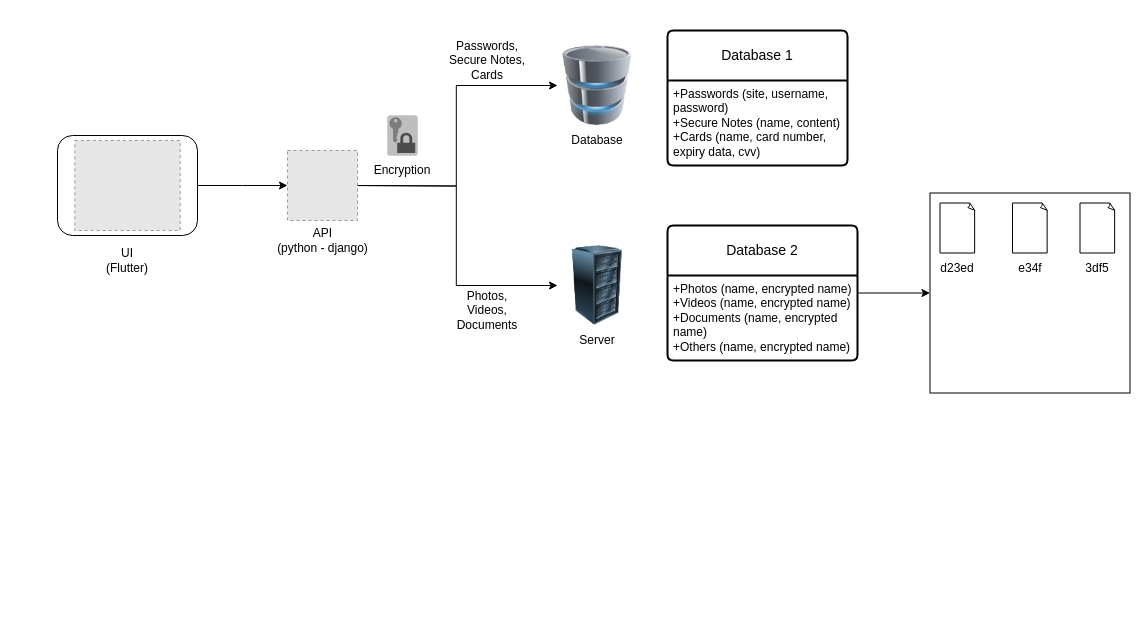
The draw.io diagram page "base structure" (1 of 3) of keysafe-vault.drawio in desujoy/keysafe-vault, before the edit. Source tidied: cells renumbered, new cells numbered last; positions are measured from the earlier drawing's top-left corner, leaving out a move shared by most shapes. Both pictures are drawn from the tidied source at 100%, with x=0, y=0 at pixel (57, 30). Pictures stored in the file or linked from it are replaced by grey dashed boxes.
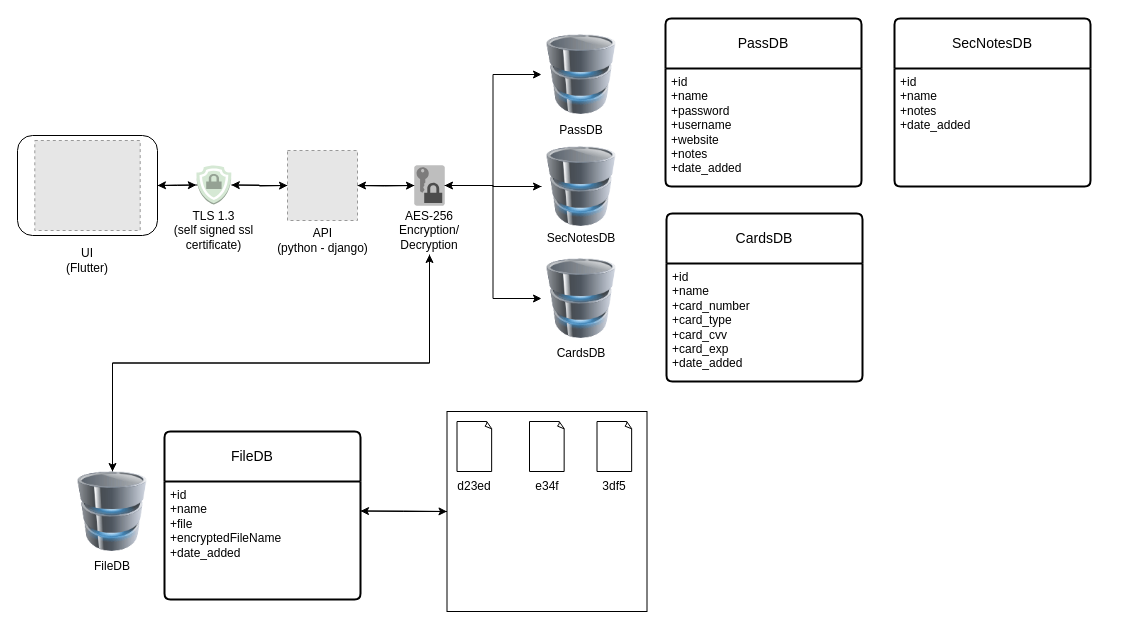
The same page after the edit.

The change refers to these unchanged cells:
```xml
<mxCell id="5" style="rounded=1;whiteSpace=wrap;html=1;" parent="4" vertex="1">
  <mxGeometry width="140" height="100" as="geometry" />
</mxCell>
<mxCell id="14" style="fillColor=#E6E6E6;strokeColor=#999999;dashed=1;verticalLabelPosition=bottom;labelBackgroundColor=default;verticalAlign=top;" parent="1" vertex="1">
  <mxGeometry x="230" y="120" width="70" height="70" as="geometry" />
</mxCell>
```

What changed in the source:
```diff
@@
-    <mxCell id="2" style="image;html=1;image=img/lib/clip_art/computers/Server_Rack_128x128.png;" parent="1" vertex="1">
-      <mxGeometry x="500" y="215" width="80" height="80" as="geometry" />
-    </mxCell>
-    <mxCell id="3" style="image;html=1;image=img/lib/clip_art/computers/Database_128x128.png;" parent="1" vertex="1">
-      <mxGeometry x="500" y="15" width="80" height="80" as="geometry" />
-    </mxCell>
     <mxCell id="4" style="group;" parent="1" vertex="1">
-      <mxGeometry y="105" width="140" height="100" as="geometry" />
+      <mxGeometry x="-40" y="105" width="140" height="100" as="geometry" />
     </mxCell>
@@
-    <mxCell id="7" style="edgeStyle=orthogonalEdgeStyle;rounded=0;jettySize=auto;html=1;entryX=0;entryY=0.5;entryDx=0;entryDy=0;" parent="1" edge="1" target="3">
-      <mxGeometry relative="1" as="geometry">
-        <mxPoint x="296.5" y="155" as="sourcePoint" />
-      </mxGeometry>
-    </mxCell>
-    <mxCell id="8" style="edgeStyle=orthogonalEdgeStyle;rounded=0;jettySize=auto;html=1;entryX=0;entryY=0.5;entryDx=0;entryDy=0;" parent="1" edge="1" target="2">
-      <mxGeometry relative="1" as="geometry">
-        <mxPoint x="296.5" y="155" as="sourcePoint" />
-      </mxGeometry>
-    </mxCell>
-    <mxCell id="9" style="edgeStyle=orthogonalEdgeStyle;rounded=0;jettySize=auto;html=1;" parent="1" edge="1" source="5">
+    <mxCell id="9" style="edgeStyle=orthogonalEdgeStyle;rounded=0;jettySize=auto;html=1;" parent="1" edge="1" source="42">
       <mxGeometry relative="1" as="geometry">
         <mxPoint x="230" y="155" as="targetPoint" />
       </mxGeometry>
     </mxCell>
-    <mxCell id="10" value="Passwords,&lt;br&gt;Secure Notes,&lt;br&gt;Cards" style="text;html=1;strokeColor=none;fillColor=none;align=center;verticalAlign=middle;whiteSpace=wrap;rounded=0;" parent="1" vertex="1">
-      <mxGeometry x="375" y="15" width="110" height="30" as="geometry" />
-    </mxCell>
-    <mxCell id="11" value="Photos,&lt;br&gt;Videos,&lt;br&gt;Documents" style="text;html=1;strokeColor=none;fillColor=none;align=center;verticalAlign=middle;whiteSpace=wrap;rounded=0;" parent="1" vertex="1">
-      <mxGeometry x="395" y="265" width="70" height="30" as="geometry" />
-    </mxCell>
-    <mxCell id="12" value="Database" style="text;html=1;strokeColor=none;fillColor=none;align=center;verticalAlign=middle;whiteSpace=wrap;rounded=0;" parent="1" vertex="1">
-      <mxGeometry x="510" y="95" width="60" height="30" as="geometry" />
-    </mxCell>
-    <mxCell id="13" value="Server" style="text;html=1;strokeColor=none;fillColor=none;align=center;verticalAlign=middle;whiteSpace=wrap;rounded=0;" parent="1" vertex="1">
-      <mxGeometry x="510" y="295" width="60" height="30" as="geometry" />
-    </mxCell>
+    <mxCell id="32" style="edgeStyle=orthogonalEdgeStyle;rounded=0;jettySize=auto;html=1;" parent="1" edge="1" target="15">
+      <mxGeometry relative="1" as="geometry">
+        <mxPoint x="296" y="155" as="sourcePoint" />
+      </mxGeometry>
+    </mxCell>
+    <mxCell id="33" style="edgeStyle=orthogonalEdgeStyle;rounded=0;jettySize=auto;html=1;exitX=0;exitY=0.5;exitDx=0;exitDy=0;" parent="1" edge="1" source="14" target="42">
+      <mxGeometry relative="1" as="geometry" />
+    </mxCell>
@@
+    <mxCell id="34" style="edgeStyle=orthogonalEdgeStyle;rounded=0;jettySize=auto;html=1;exitX=1;exitY=0.5;exitDx=0;exitDy=0;exitPerimeter=0;entryX=0;entryY=0.5;entryDx=0;entryDy=0;" parent="1" edge="1" source="15" target="43">
+      <mxGeometry relative="1" as="geometry" />
+    </mxCell>
+    <mxCell id="35" style="edgeStyle=orthogonalEdgeStyle;rounded=0;jettySize=auto;html=1;exitX=1;exitY=0.5;exitDx=0;exitDy=0;exitPerimeter=0;" parent="1" edge="1" source="15" target="45">
+      <mxGeometry relative="1" as="geometry" />
+    </mxCell>
+    <mxCell id="36" style="edgeStyle=orthogonalEdgeStyle;rounded=0;jettySize=auto;html=1;exitX=1;exitY=0.5;exitDx=0;exitDy=0;exitPerimeter=0;entryX=0;entryY=0.5;entryDx=0;entryDy=0;" parent="1" edge="1" source="15" target="46">
+      <mxGeometry relative="1" as="geometry" />
+    </mxCell>
+    <mxCell id="37" style="edgeStyle=orthogonalEdgeStyle;rounded=0;jettySize=auto;html=1;exitX=0;exitY=0.5;exitDx=0;exitDy=0;exitPerimeter=0;entryX=1;entryY=0.5;entryDx=0;entryDy=0;" parent="1" edge="1" source="15" target="14">
+      <mxGeometry relative="1" as="geometry" />
+    </mxCell>
     <mxCell id="15" style="outlineConnect=0;dashed=0;verticalLabelPosition=bottom;verticalAlign=top;align=center;html=1;shape=mxgraph.aws3.data_encryption_key;fillColor=#7D7C7C;gradientColor=none;" parent="1" vertex="1">
-      <mxGeometry x="330" y="85" width="30" height="40" as="geometry" />
+      <mxGeometry x="357" y="135" width="30" height="40" as="geometry" />
     </mxCell>
     <mxCell id="16" value="UI&lt;br&gt;(Flutter)" style="text;html=1;strokeColor=none;fillColor=none;align=center;verticalAlign=middle;whiteSpace=wrap;rounded=0;" parent="1" vertex="1">
-      <mxGeometry x="40" y="215" width="60" height="30" as="geometry" />
+      <mxGeometry y="215" width="60" height="30" as="geometry" />
     </mxCell>
@@
+    <mxCell id="38" style="edgeStyle=orthogonalEdgeStyle;rounded=0;jettySize=auto;html=1;exitX=0.5;exitY=1;exitDx=0;exitDy=0;entryX=0.5;entryY=0;entryDx=0;entryDy=0;" parent="1" edge="1" source="18" target="57">
+      <mxGeometry relative="1" as="geometry" />
+    </mxCell>
-    <mxCell id="18" value="Encryption" style="text;html=1;strokeColor=none;fillColor=none;align=center;verticalAlign=middle;whiteSpace=wrap;rounded=0;" parent="1" vertex="1">
-      <mxGeometry x="315" y="125" width="60" height="30" as="geometry" />
+    <mxCell id="18" value="AES-256 Encryption/&lt;br&gt;Decryption" style="text;html=1;strokeColor=none;fillColor=none;align=center;verticalAlign=middle;whiteSpace=wrap;rounded=0;" parent="1" vertex="1">
+      <mxGeometry x="336" y="176" width="72" height="48" as="geometry" />
     </mxCell>
-    <mxCell id="19" value="Database 1" style="swimlane;horizontal=1;startSize=50;rounded=1;fontSize=14;fontStyle=0;strokeWidth=2;shadow=0;dashed=0;align=center;arcSize=4;whiteSpace=wrap;html=1;" parent="1" vertex="1">
-      <mxGeometry x="610" width="180" height="135" as="geometry" />
-    </mxCell>
-    <mxCell id="20" value="+Passwords (site, username, &lt;br&gt;password)&lt;br&gt;+Secure Notes (name, content)&lt;br&gt;+Cards (name, card number,&amp;nbsp;&lt;br&gt;expiry data, cvv)" style="align=left;strokeColor=none;fillColor=none;spacingLeft=4;fontSize=12;verticalAlign=top;html=1;" parent="19" vertex="1">
-      <mxGeometry y="50" width="180" height="85" as="geometry" />
-    </mxCell>
-    <mxCell id="21" style="edgeStyle=orthogonalEdgeStyle;rounded=0;jettySize=auto;html=1;entryX=0;entryY=0.5;entryDx=0;entryDy=0;" parent="1" edge="1" source="22" target="25">
-      <mxGeometry relative="1" as="geometry" />
-    </mxCell>
-    <mxCell id="22" value="Database 2" style="swimlane;horizontal=1;startSize=50;rounded=1;fontSize=14;fontStyle=0;strokeWidth=2;shadow=0;dashed=0;align=center;arcSize=4;whiteSpace=wrap;html=1;" parent="1" vertex="1">
-      <mxGeometry x="610" y="195" width="190" height="135" as="geometry" />
-    </mxCell>
-    <mxCell id="23" value="+Photos (name, encrypted name)&lt;br&gt;+Videos (name, encrypted name)&lt;br&gt;+Documents (name, encrypted &lt;br&gt;name)&lt;br&gt;+Others (name, encrypted name)" style="align=left;strokeColor=none;fillColor=none;spacingLeft=4;fontSize=12;verticalAlign=top;html=1;" parent="22" vertex="1">
-      <mxGeometry y="50" width="190" height="85" as="geometry" />
-    </mxCell>
-    <mxCell id="24" style="group;" parent="1" vertex="1">
-      <mxGeometry x="870" y="162.5" width="202.5" height="200" as="geometry" />
-    </mxCell>
+    <mxCell id="39" value="TLS 1.3&lt;br&gt;(self signed ssl certificate)" style="text;html=1;strokeColor=none;fillColor=none;align=center;verticalAlign=middle;whiteSpace=wrap;rounded=0;" parent="1" vertex="1">
+      <mxGeometry x="100" y="185" width="112.5" height="30" as="geometry" />
+    </mxCell>
+    <mxCell id="40" style="edgeStyle=orthogonalEdgeStyle;rounded=0;jettySize=auto;html=1;" parent="1" edge="1" source="5" target="42">
+      <mxGeometry relative="1" as="geometry" />
+    </mxCell>
+    <mxCell id="41" style="edgeStyle=orthogonalEdgeStyle;rounded=0;jettySize=auto;html=1;exitX=0.04;exitY=0.5;exitDx=0;exitDy=0;exitPerimeter=0;entryX=1;entryY=0.5;entryDx=0;entryDy=0;" parent="1" edge="1" source="42" target="5">
+      <mxGeometry relative="1" as="geometry" />
+    </mxCell>
+    <mxCell id="42" style="outlineConnect=0;dashed=0;verticalLabelPosition=bottom;verticalAlign=top;align=center;html=1;shape=mxgraph.aws3.ssl_padlock;fillColor=#d5e8d4;strokeColor=#82b366;" parent="1" vertex="1">
+      <mxGeometry x="138.8" y="135" width="35" height="39" as="geometry" />
+    </mxCell>
+    <mxCell id="43" style="image;html=1;image=img/lib/clip_art/computers/Database_128x128.png;" parent="1" vertex="1">
+      <mxGeometry x="484" y="4" width="80" height="80" as="geometry" />
+    </mxCell>
+    <mxCell id="44" style="edgeStyle=orthogonalEdgeStyle;rounded=0;jettySize=auto;html=1;exitX=0;exitY=0.5;exitDx=0;exitDy=0;entryX=1;entryY=0.5;entryDx=0;entryDy=0;entryPerimeter=0;" parent="1" edge="1" source="45" target="15">
+      <mxGeometry relative="1" as="geometry" />
+    </mxCell>
+    <mxCell id="45" style="image;html=1;image=img/lib/clip_art/computers/Database_128x128.png;" parent="1" vertex="1">
+      <mxGeometry x="484" y="116" width="80" height="80" as="geometry" />
+    </mxCell>
+    <mxCell id="46" style="image;html=1;image=img/lib/clip_art/computers/Database_128x128.png;" parent="1" vertex="1">
+      <mxGeometry x="484" y="228" width="80" height="80" as="geometry" />
+    </mxCell>
+    <mxCell id="47" value="PassDB" style="text;html=1;strokeColor=none;fillColor=none;align=center;verticalAlign=middle;whiteSpace=wrap;rounded=0;" parent="1" vertex="1">
+      <mxGeometry x="494" y="84.5" width="60" height="30" as="geometry" />
+    </mxCell>
+    <mxCell id="48" value="SecNotesDB" style="text;html=1;strokeColor=none;fillColor=none;align=center;verticalAlign=middle;whiteSpace=wrap;rounded=0;" parent="1" vertex="1">
+      <mxGeometry x="494" y="192.5" width="60" height="30" as="geometry" />
+    </mxCell>
+    <mxCell id="49" value="CardsDB" style="text;html=1;strokeColor=none;fillColor=none;align=center;verticalAlign=middle;whiteSpace=wrap;rounded=0;" parent="1" vertex="1">
+      <mxGeometry x="494" y="308" width="60" height="30" as="geometry" />
+    </mxCell>
+    <mxCell id="50" value="PassDB" style="swimlane;horizontal=1;startSize=50;rounded=1;fontSize=14;fontStyle=0;strokeWidth=2;shadow=0;dashed=0;align=center;arcSize=4;whiteSpace=wrap;html=1;" parent="1" vertex="1">
+      <mxGeometry x="608" y="-12" width="196" height="168" as="geometry" />
+    </mxCell>
+    <mxCell id="51" value="&lt;div&gt;+id&lt;/div&gt;&lt;div&gt;+name&lt;/div&gt;&lt;div&gt;+password&lt;/div&gt;&lt;div&gt;+username&lt;/div&gt;&lt;div&gt;+website&lt;/div&gt;&lt;div&gt;+notes&lt;/div&gt;&lt;div&gt;+date_added&lt;/div&gt;" style="align=left;strokeColor=none;fillColor=none;spacingLeft=4;fontSize=12;verticalAlign=top;html=1;" parent="50" vertex="1">
+      <mxGeometry y="50" width="196" height="118" as="geometry" />
+    </mxCell>
+    <mxCell id="52" value="CardsDB" style="swimlane;horizontal=1;startSize=50;rounded=1;fontSize=14;fontStyle=0;strokeWidth=2;shadow=0;dashed=0;align=center;arcSize=4;whiteSpace=wrap;html=1;" parent="1" vertex="1">
+      <mxGeometry x="609" y="183" width="196" height="168" as="geometry" />
+    </mxCell>
+    <mxCell id="53" value="&lt;div&gt;+id&lt;/div&gt;&lt;div&gt;+name&lt;/div&gt;&lt;div&gt;+card_number&lt;/div&gt;&lt;div&gt;+card_type&lt;/div&gt;&lt;div&gt;+card_cvv&lt;/div&gt;&lt;div&gt;+card_exp&lt;/div&gt;&lt;div&gt;+date_added&lt;/div&gt;" style="align=left;strokeColor=none;fillColor=none;spacingLeft=4;fontSize=12;verticalAlign=top;html=1;" parent="52" vertex="1">
+      <mxGeometry y="50" width="196" height="118" as="geometry" />
+    </mxCell>
+    <mxCell id="54" value="SecNotesDB" style="swimlane;horizontal=1;startSize=50;rounded=1;fontSize=14;fontStyle=0;strokeWidth=2;shadow=0;dashed=0;align=center;arcSize=4;whiteSpace=wrap;html=1;" parent="1" vertex="1">
+      <mxGeometry x="837" y="-12" width="196" height="168" as="geometry" />
+    </mxCell>
+    <mxCell id="55" value="&lt;div&gt;+id&lt;/div&gt;&lt;div&gt;+name&lt;/div&gt;&lt;div&gt;+notes&lt;/div&gt;&lt;div&gt;+date_added&lt;/div&gt;" style="align=left;strokeColor=none;fillColor=none;spacingLeft=4;fontSize=12;verticalAlign=top;html=1;" parent="54" vertex="1">
+      <mxGeometry y="50" width="196" height="118" as="geometry" />
+    </mxCell>
+    <mxCell id="56" style="edgeStyle=orthogonalEdgeStyle;rounded=0;jettySize=auto;html=1;exitX=0.5;exitY=0;exitDx=0;exitDy=0;entryX=0.5;entryY=1;entryDx=0;entryDy=0;" parent="1" edge="1" source="57" target="18">
+      <mxGeometry relative="1" as="geometry" />
+    </mxCell>
+    <mxCell id="57" style="image;html=1;image=img/lib/clip_art/computers/Database_128x128.png;" parent="1" vertex="1">
+      <mxGeometry x="15" y="441" width="80" height="80" as="geometry" />
+    </mxCell>
+    <mxCell id="58" value="FileDB" style="text;html=1;strokeColor=none;fillColor=none;align=center;verticalAlign=middle;whiteSpace=wrap;rounded=0;" parent="1" vertex="1">
+      <mxGeometry x="25" y="521" width="60" height="30" as="geometry" />
+    </mxCell>
+    <mxCell id="59" value="FileDB&lt;span style=&quot;white-space: pre;&quot;&gt;&#9;&lt;/span&gt;" style="swimlane;horizontal=1;startSize=50;rounded=1;fontSize=14;fontStyle=0;strokeWidth=2;shadow=0;dashed=0;align=center;arcSize=4;whiteSpace=wrap;html=1;" parent="1" vertex="1">
+      <mxGeometry x="107" y="401" width="196" height="168" as="geometry" />
+    </mxCell>
+    <mxCell id="60" value="&lt;div&gt;+id&lt;/div&gt;&lt;div&gt;+name&lt;/div&gt;&lt;div&gt;+file&lt;/div&gt;&lt;div&gt;+encryptedFileName&lt;/div&gt;&lt;div&gt;+date_added&lt;/div&gt;" style="align=left;strokeColor=none;fillColor=none;spacingLeft=4;fontSize=12;verticalAlign=top;html=1;" parent="59" vertex="1">
+      <mxGeometry y="50" width="196" height="118" as="geometry" />
+    </mxCell>
+    <mxCell id="61" style="group;" parent="1" vertex="1">
+      <mxGeometry x="387" y="381" width="202.5" height="200" as="geometry" />
+    </mxCell>
-    <mxCell id="25" style="whiteSpace=wrap;html=1;" parent="24" vertex="1">
+    <mxCell id="25" style="whiteSpace=wrap;html=1;" parent="61" vertex="1">
       <mxGeometry x="2.5" width="200" height="200" as="geometry" />
     </mxCell>
-    <mxCell id="26" style="whiteSpace=wrap;html=1;shape=mxgraph.basic.document;" parent="24" vertex="1">
+    <mxCell id="26" style="whiteSpace=wrap;html=1;shape=mxgraph.basic.document;" parent="61" vertex="1">
       <mxGeometry x="12.5" y="10" width="35" height="50" as="geometry" />
     </mxCell>
-    <mxCell id="27" style="whiteSpace=wrap;html=1;shape=mxgraph.basic.document;" parent="24" vertex="1">
+    <mxCell id="27" style="whiteSpace=wrap;html=1;shape=mxgraph.basic.document;" parent="61" vertex="1">
       <mxGeometry x="85" y="10" width="35" height="50" as="geometry" />
     </mxCell>
-    <mxCell id="28" style="whiteSpace=wrap;html=1;shape=mxgraph.basic.document;" parent="24" vertex="1">
+    <mxCell id="28" style="whiteSpace=wrap;html=1;shape=mxgraph.basic.document;" parent="61" vertex="1">
       <mxGeometry x="152.5" y="10" width="35" height="50" as="geometry" />
     </mxCell>
-    <mxCell id="29" value="d23ed" style="text;html=1;strokeColor=none;fillColor=none;align=center;verticalAlign=middle;whiteSpace=wrap;rounded=0;" parent="24" vertex="1">
+    <mxCell id="29" value="d23ed" style="text;html=1;strokeColor=none;fillColor=none;align=center;verticalAlign=middle;whiteSpace=wrap;rounded=0;" parent="61" vertex="1">
       <mxGeometry y="60" width="60" height="30" as="geometry" />
     </mxCell>
-    <mxCell id="30" value="e34f" style="text;html=1;strokeColor=none;fillColor=none;align=center;verticalAlign=middle;whiteSpace=wrap;rounded=0;" parent="24" vertex="1">
+    <mxCell id="30" value="e34f" style="text;html=1;strokeColor=none;fillColor=none;align=center;verticalAlign=middle;whiteSpace=wrap;rounded=0;" parent="61" vertex="1">
       <mxGeometry x="72.5" y="60" width="60" height="30" as="geometry" />
     </mxCell>
-    <mxCell id="31" value="3df5" style="text;html=1;strokeColor=none;fillColor=none;align=center;verticalAlign=middle;whiteSpace=wrap;rounded=0;" parent="24" vertex="1">
+    <mxCell id="31" value="3df5" style="text;html=1;strokeColor=none;fillColor=none;align=center;verticalAlign=middle;whiteSpace=wrap;rounded=0;" parent="61" vertex="1">
       <mxGeometry x="140" y="60" width="60" height="30" as="geometry" />
     </mxCell>
+    <mxCell id="62" style="edgeStyle=orthogonalEdgeStyle;rounded=0;jettySize=auto;html=1;exitX=1;exitY=0.25;exitDx=0;exitDy=0;" parent="1" edge="1" source="60" target="25">
+      <mxGeometry relative="1" as="geometry" />
+    </mxCell>
+    <mxCell id="63" style="edgeStyle=orthogonalEdgeStyle;rounded=0;jettySize=auto;html=1;exitX=0;exitY=0.5;exitDx=0;exitDy=0;entryX=1;entryY=0.25;entryDx=0;entryDy=0;" parent="1" edge="1" source="25" target="60">
+      <mxGeometry relative="1" as="geometry" />
+    </mxCell>
```
